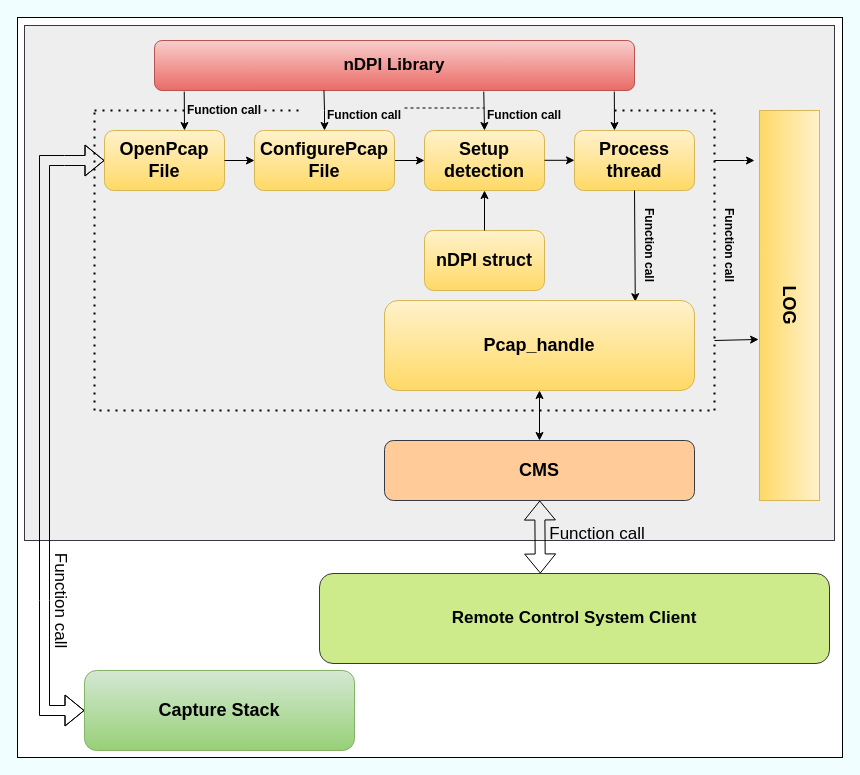
This is WedUI.drawio from nhatdevemb/Image_galerry, a draw.io file, before an edit. Source tidied: cells renumbered, new cells numbered last; positions are measured from the earlier drawing's top-left corner, leaving out a move shared by most shapes. Both pictures are drawn from the tidied source at 100%, with x=0, y=0 at pixel (-34, 17).
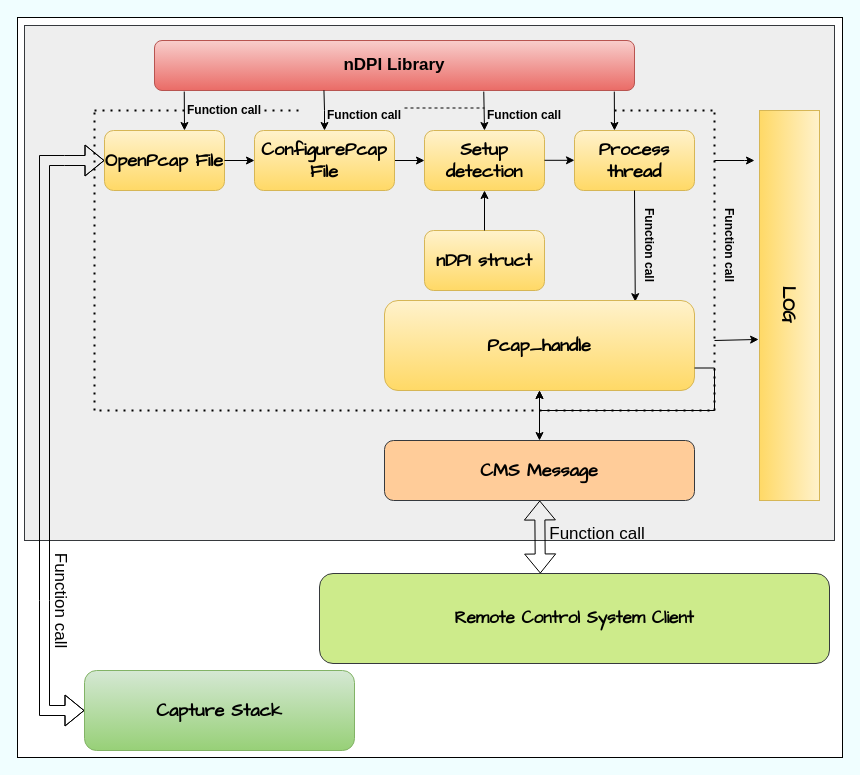
The same page after the edit.

The edit, as a diff of the source:
```diff
@@
-    <mxCell id="6" value="OpenPcap File" style="rounded=1;whiteSpace=wrap;html=1;fillColor=#fff2cc;gradientColor=#ffd966;strokeColor=#d6b656;fontSize=18;fontStyle=1;" parent="1" vertex="1">
+    <mxCell id="6" value="OpenPcap File" style="rounded=1;whiteSpace=wrap;html=1;fillColor=#fff2cc;gradientColor=#ffd966;strokeColor=#d6b656;fontSize=18;fontStyle=1;fontFamily=Comic Sans MS;" parent="1" vertex="1">
       <mxGeometry x="138" y="113" width="120" height="60" as="geometry" />
     </mxCell>
@@
-    <mxCell id="8" value="ConfigurePcap File" style="rounded=1;whiteSpace=wrap;html=1;fillColor=#fff2cc;gradientColor=#ffd966;strokeColor=#d6b656;fontSize=18;fontStyle=1;" parent="1" vertex="1">
+    <mxCell id="8" value="ConfigurePcap File" style="rounded=1;whiteSpace=wrap;html=1;fillColor=#fff2cc;gradientColor=#ffd966;strokeColor=#d6b656;fontSize=18;fontStyle=1;fontFamily=Comic Sans MS;" parent="1" vertex="1">
       <mxGeometry x="288" y="113" width="140" height="60" as="geometry" />
     </mxCell>
-    <mxCell id="9" value="Setup detection" style="rounded=1;whiteSpace=wrap;html=1;fillColor=#fff2cc;gradientColor=#ffd966;strokeColor=#d6b656;fontSize=18;fontStyle=1;" parent="1" vertex="1">
+    <mxCell id="9" value="Setup detection" style="rounded=1;whiteSpace=wrap;html=1;fillColor=#fff2cc;gradientColor=#ffd966;strokeColor=#d6b656;fontSize=18;fontStyle=1;fontFamily=Comic Sans MS;" parent="1" vertex="1">
       <mxGeometry x="458" y="113" width="120" height="60" as="geometry" />
     </mxCell>
-    <mxCell id="10" value="Process thread" style="rounded=1;whiteSpace=wrap;html=1;fillColor=#fff2cc;gradientColor=#ffd966;strokeColor=#d6b656;fontSize=18;fontStyle=1;" parent="1" vertex="1">
+    <mxCell id="10" value="Process thread" style="rounded=1;whiteSpace=wrap;html=1;fillColor=#fff2cc;gradientColor=#ffd966;strokeColor=#d6b656;fontSize=18;fontStyle=1;fontFamily=Comic Sans MS;" parent="1" vertex="1">
       <mxGeometry x="608" y="113" width="120" height="60" as="geometry" />
     </mxCell>
-    <mxCell id="11" value="Capture Stack" style="rounded=1;whiteSpace=wrap;html=1;fillColor=#d5e8d4;gradientColor=#97d077;strokeColor=#82b366;fontStyle=1;fontSize=18;" parent="1" vertex="1">
+    <mxCell id="11" value="Capture Stack" style="rounded=1;whiteSpace=wrap;html=1;fillColor=#d5e8d4;gradientColor=#97d077;strokeColor=#82b366;fontStyle=1;fontSize=18;fontFamily=Comic Sans MS;" parent="1" vertex="1">
       <mxGeometry x="118" y="653" width="270" height="80" as="geometry" />
     </mxCell>
@@
-    <mxCell id="19" value="nDPI struct" style="rounded=1;whiteSpace=wrap;html=1;fillColor=#fff2cc;gradientColor=#ffd966;strokeColor=#d6b656;fontSize=18;fontStyle=1;" parent="1" vertex="1">
+    <mxCell id="19" value="nDPI struct" style="rounded=1;whiteSpace=wrap;html=1;fillColor=#fff2cc;gradientColor=#ffd966;strokeColor=#d6b656;fontSize=18;fontStyle=1;fontFamily=Comic Sans MS;" parent="1" vertex="1">
       <mxGeometry x="458" y="213" width="120" height="60" as="geometry" />
     </mxCell>
@@
-    <mxCell id="24" value="Pcap_handle" style="rounded=1;whiteSpace=wrap;html=1;fillColor=#fff2cc;gradientColor=#ffd966;strokeColor=#d6b656;fontSize=18;fontStyle=1;" parent="1" vertex="1">
+    <mxCell id="24" value="Pcap_handle" style="rounded=1;whiteSpace=wrap;html=1;fillColor=#fff2cc;gradientColor=#ffd966;strokeColor=#d6b656;fontSize=18;fontStyle=1;fontFamily=Comic Sans MS;" parent="1" vertex="1">
       <mxGeometry x="418" y="283" width="310" height="90" as="geometry" />
     </mxCell>
-    <mxCell id="25" value="Remote Control System Client" style="rounded=1;whiteSpace=wrap;html=1;fontStyle=1;fontSize=17;fillColor=#cdeb8b;strokeColor=#36393d;" parent="1" vertex="1">
+    <mxCell id="25" value="Remote Control System Client" style="rounded=1;whiteSpace=wrap;html=1;fontStyle=1;fontSize=17;fillColor=#cdeb8b;strokeColor=#36393d;fontFamily=Comic Sans MS;" parent="1" vertex="1">
       <mxGeometry x="353" y="556" width="510" height="90" as="geometry" />
     </mxCell>
-    <mxCell id="26" value="CMS" style="rounded=1;whiteSpace=wrap;html=1;fontStyle=1;fillColor=#ffcc99;strokeColor=#36393d;fontSize=18;" parent="1" vertex="1">
+    <mxCell id="26" value="CMS Message" style="rounded=1;whiteSpace=wrap;html=1;fontStyle=1;fillColor=#ffcc99;strokeColor=#36393d;fontSize=18;fontFamily=Comic Sans MS;" parent="1" vertex="1">
       <mxGeometry x="418" y="423" width="310" height="60" as="geometry" />
     </mxCell>
@@
-    <mxCell id="28" value="LOG" style="rounded=0;whiteSpace=wrap;html=1;fontSize=18;rotation=90;fontStyle=1;fillColor=#fff2cc;gradientColor=#ffd966;strokeColor=#d6b656;" parent="1" vertex="1">
+    <mxCell id="28" value="LOG" style="rounded=0;whiteSpace=wrap;html=1;fontSize=18;rotation=90;fontStyle=1;fillColor=#fff2cc;gradientColor=#ffd966;strokeColor=#d6b656;fontFamily=Comic Sans MS;" parent="1" vertex="1">
       <mxGeometry x="628" y="258" width="390" height="60" as="geometry" />
     </mxCell>
@@
+    <mxCell id="43" style="edgeStyle=orthogonalEdgeStyle;rounded=0;orthogonalLoop=1;jettySize=auto;html=1;exitX=1;exitY=0.75;exitDx=0;exitDy=0;fontFamily=Comic Sans MS;fontSize=20;" parent="1" edge="1" source="24" target="24">
+      <mxGeometry relative="1" as="geometry" />
+    </mxCell>
```
